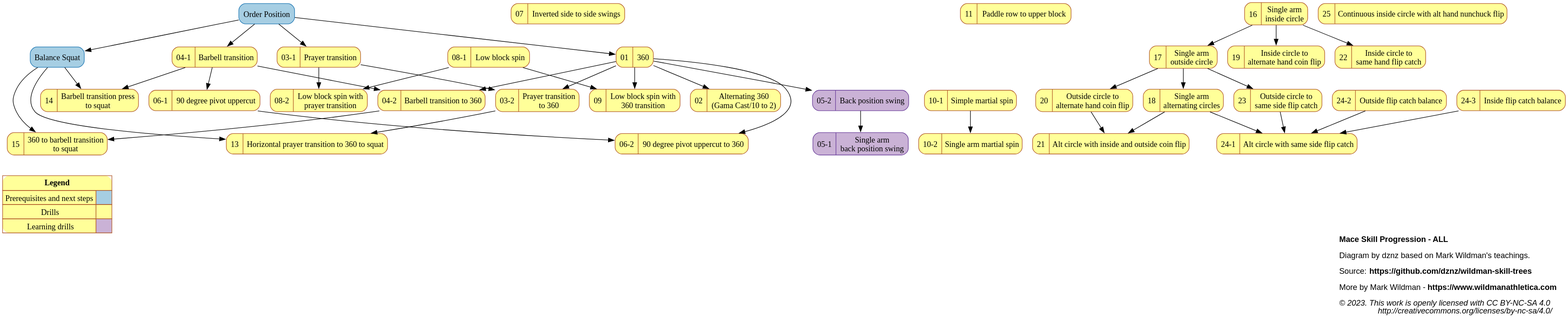
This is dist/mace_progression_ALL.svg from dznz/wildman-skill-trees, a PlantUML export, as it was before one commit. Its source is kept beside it as src/mace/mace_progression_ALL.puml.
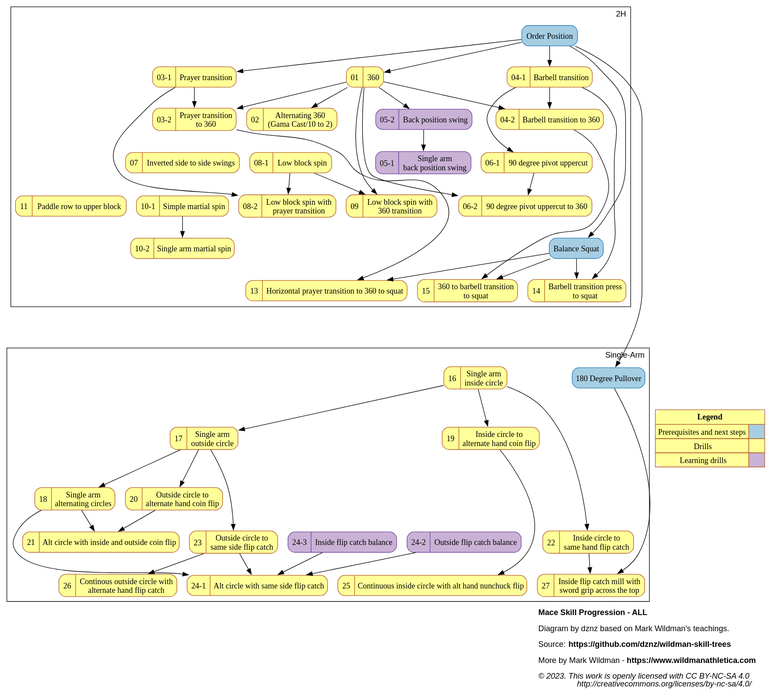
Above is the later version.

Commit message:
feat(mace_progression): add #26-27, layout

Add in two more movements, and work to bring the layout in line with how
I want it; more vertical, grouped a bit more tightly.

What changed in the source:
```diff
@@ -22,13 +22,15 @@
   subgraph aux {
     node [color=10, fillcolor=9]
     mov_051_sabackswing; mov_052_backswing
+    mov_242_outflip; mov_243_inflip
   }
 
   subgraph ext {
     node [color=2, fillcolor=1]
     ext_sq [label="Balance Squat"]
     ext_order [label="Order Position"]
-    ext_order -> ext_sq;
+    ext_180pull [label="180 Degree Pullover"]
+    ext_order -> {ext_sq; ext_180pull}
   }
 
 
@@ -42,6 +44,7 @@
 mov_052_backswing             [label="{{05-2|Back position swing}}"                                  URL="https://www.youtube.com/watch?v=XN-5l6SiSZU" ]
 mov_061_uppercut              [label="{{06-1|90 degree pivot uppercut}}"                             URL="https://www.youtube.com/watch?v=ULFal2-zDt0" ]
 mov_062_uppercut2360          [label="{{06-2|90 degree pivot uppercut to 360}}"                      URL="https://www.youtube.com/watch?v=ULFal2-zDt0" ]
+
 mov_07_invs2sswing            [label="{{07  |Inverted side to side swings}}"                         URL="https://www.youtube.com/watch?v=bLA2KSghSdc" ]
 mov_081_lowblockspin          [label="{{08-1|Low block spin}}"                                       URL="https://www.youtube.com/watch?v=fk8AG0s1-UI" ]
 mov_082_lowblockspinwpray     [label="{{08-2|Low block spin with\nprayer transition}}"               URL="https://www.youtube.com/watch?v=fk8AG0s1-UI" ]
@@ -52,6 +55,7 @@
 mov_13_pray23602sq            [label="{{13  |Horizontal prayer transition to 360 to squat}}"         URL="https://www.youtube.com/watch?v=2yUz84zdBlk" ]
 mov_14_barpress2sq            [label="{{14  |Barbell transition press\nto squat}}"                   URL="https://www.youtube.com/watch?v=kZK8Eq6ka0U" ]
 mov_15_3602bar2sq             [label="{{15  |360 to barbell transition\nto squat}}"                  URL="https://www.youtube.com/watch?v=S6LDBK1o48U" ]
+
 mov_16_saincircle             [label="{{16  |Single arm\ninside circle}}"                            URL="https://www.youtube.com/watch?v=MSt1cYAiLzI" ]
 mov_17_saoutcircle            [label="{{17  |Single arm\noutside circle}}"                           URL="https://www.youtube.com/watch?v=ZuaKcM41dP4" ]
 mov_18_saaltcircle            [label="{{18  |Single arm\nalternating circles}}"                      URL="https://www.youtube.com/watch?v=XWIFyifqSr8" ]
@@ -62,69 +66,91 @@
 mov_23_outcircle2sameflip     [label="{{23  |Outside circle to\nsame side flip catch}}"              URL="https://www.youtube.com/watch?v=UwR4uFqvUyY" ]
 mov_241_altcircle2sameflip    [label="{{24-1|Alt circle with same side flip catch}}"                 URL="https://www.youtube.com/watch?v=T5x3xsfHqs8" ]
 mov_242_outflip               [label="{{24-2|Outside flip catch balance}}"                           URL="https://www.youtube.com/watch?v=T5x3xsfHqs8" ]
-mov_243_inflip                [label="{{24-3|Inside flip catch balance}}"                            URL="https://www.youtube.com/watch?v=T5x3xsfHqs8" ]
-mov_245_cincirclewaltnunchuck [label="{{25  |Continuous inside circle with alt hand nunchuck flip}}" URL="https://www.youtube.com/watch?v=rCgrNJLsrBM" ]
 
-// Precursor
+mov_243_inflip                [label="{{24-3|Inside flip catch balance}}"                                URL="https://www.youtube.com/watch?v=T5x3xsfHqs8" ]
+mov_25_cincirclewaltnunchuck  [label="{{25  |Continuous inside circle with alt hand nunchuck flip}}"     URL="https://www.youtube.com/watch?v=rCgrNJLsrBM" ]
+mov_26_coutcirclewaltflip     [label="{{26  |Continous outside circle with\nalternate hand flip catch}}" URL="https://www.youtube.com/watch?v=T5lfsHi1rDY" ]
+mov_27_inflip180pull          [label="{{27  |Inside flip catch mill with\nsword grip across the top}}"   URL="https://www.youtube.com/watch?v=uFsPwnClx-M" ]
 
-ext_sq -> {mov_13_pray23602sq;mov_14_barpress2sq;mov_15_3602bar2sq}
-ext_order -> {mov_01_360; mov_031_prayer; mov_041_barbell}
-
-// Ungrouped arrows
-
-mov_01_360 -> {mov_02_alt360;mov_032_pray2360;mov_042_barbell2360;mov_062_uppercut2360}
-mov_031_prayer -> mov_032_pray2360;
-mov_041_barbell -> mov_042_barbell2360;
-mov_061_uppercut -> mov_062_uppercut2360;
-
-mov_041_barbell -> mov_061_uppercut;
-
-mov_081_lowblockspin -> {mov_082_lowblockspinwpray; mov_09_lowblockspinw360}
-mov_031_prayer -> mov_082_lowblockspinwpray
-mov_01_360 -> mov_09_lowblockspinw360
-
-mov_01_360 -> mov_052_backswing -> mov_051_sabackswing
-
-mov_101_martialspin -> mov_102_samartialspin;
-
-// Squats
-mov_032_pray2360 -> mov_13_pray23602sq
-mov_041_barbell -> mov_14_barpress2sq
-mov_042_barbell2360 -> mov_15_3602bar2sq
-
-// Circles
-mov_16_saincircle -> mov_17_saoutcircle -> mov_18_saaltcircle;
-mov_16_saincircle -> mov_19_incircle2altcoin
-mov_17_saoutcircle -> mov_20_outcircle2altcoin
-{mov_20_outcircle2altcoin; mov_18_saaltcircle} -> mov_21_altcirclewinandoutcoin
-
-mov_16_saincircle -> mov_22_incircle2sameflip
-mov_17_saoutcircle -> mov_23_outcircle2sameflip
-{mov_242_outflip; mov_243_inflip} -> mov_241_altcircle2sameflip;
-{mov_23_outcircle2sameflip; mov_18_saaltcircle} -> mov_241_altcircle2sameflip
-
-
-
-  subgraph cluster_warmup {
-    label="Warmups"
-    ' mov_04_halo -> mov_07_althalo;
-
-  }
-
-  // LAYOUT HACKS
+// LAYOUT HACKS
 
   {
     node [style=invis]
     edge [style=invis]
 
-    ' mov_06_atwb2f -> lay_endwarmup;
+    mov_15_3602bar2sq -> lay_end2h -> mov_16_saincircle
   }
 
-  // Have warmup precede squat
-'   { rank=same; lay_endwarmup; ext_bw_altshinbox}
 
 
-  // END LAYOUT HACKS
+// END LAYOUT HACKS
+
+// Ungrouped arrows
+
+  subgraph cluster_sa {
+    label="Single-Arm"
+
+    // Precursor
+    ext_180pull -> mov_27_inflip180pull
+
+    // Circles
+    mov_16_saincircle -> mov_17_saoutcircle -> mov_18_saaltcircle;
+    mov_16_saincircle -> mov_19_incircle2altcoin
+    mov_17_saoutcircle -> mov_20_outcircle2altcoin
+    {mov_20_outcircle2altcoin; mov_18_saaltcircle} -> mov_21_altcirclewinandoutcoin
+
+    mov_16_saincircle -> mov_22_incircle2sameflip
+    mov_17_saoutcircle -> mov_23_outcircle2sameflip
+    {mov_242_outflip; mov_243_inflip} -> mov_241_altcircle2sameflip;
+    {mov_23_outcircle2sameflip; mov_18_saaltcircle} -> mov_241_altcircle2sameflip
+
+    mov_19_incircle2altcoin -> mov_25_cincirclewaltnunchuck
+    mov_23_outcircle2sameflip -> mov_26_coutcirclewaltflip
+    mov_22_incircle2sameflip -> mov_27_inflip180pull
+
+    {rank=same; ext_180pull; mov_16_saincircle}
+    {rank=same; mov_17_saoutcircle; mov_19_incircle2altcoin}
+    {rank=same; mov_21_altcirclewinandoutcoin; mov_22_incircle2sameflip; mov_23_outcircle2sameflip}
+    {rank=same; mov_241_altcircle2sameflip; mov_25_cincirclewaltnunchuck}
+  }
+
+
+
+
+
+  subgraph cluster_2h {
+
+    label="2H"
+    // Precursor
+    ext_sq -> {mov_13_pray23602sq;mov_14_barpress2sq;mov_15_3602bar2sq}
+    ext_order -> {mov_01_360; mov_031_prayer; mov_041_barbell}
+
+    mov_01_360 -> {mov_02_alt360;mov_032_pray2360;mov_042_barbell2360;mov_062_uppercut2360}
+    mov_031_prayer -> mov_032_pray2360;
+    mov_041_barbell -> mov_042_barbell2360;
+    mov_061_uppercut -> mov_062_uppercut2360;
+    mov_101_martialspin -> mov_102_samartialspin;
+
+    mov_041_barbell -> mov_061_uppercut;
+
+    mov_081_lowblockspin -> {mov_082_lowblockspinwpray; mov_09_lowblockspinw360}
+    mov_031_prayer -> mov_082_lowblockspinwpray
+    mov_01_360 -> mov_09_lowblockspinw360
+
+    mov_01_360 -> mov_052_backswing -> mov_051_sabackswing
+
+    // Squats
+    mov_032_pray2360 -> mov_13_pray23602sq
+    mov_041_barbell -> mov_14_barpress2sq
+    mov_042_barbell2360 -> mov_15_3602bar2sq
+
+    {rank=same; mov_01_360; mov_031_prayer; mov_041_barbell}
+    {rank=same; mov_051_sabackswing; mov_061_uppercut; mov_07_invs2sswing; mov_081_lowblockspin}
+    {rank=same; ext_sq; mov_102_samartialspin}
+    {rank=same; mov_09_lowblockspinw360; mov_101_martialspin;mov_11_paddlerow2upblock}
+    {rank=same; mov_13_pray23602sq; mov_14_barpress2sq}
+  }
+
 
   { rank = sink;
     Legend [shape=none, margin=0, label=<
```
